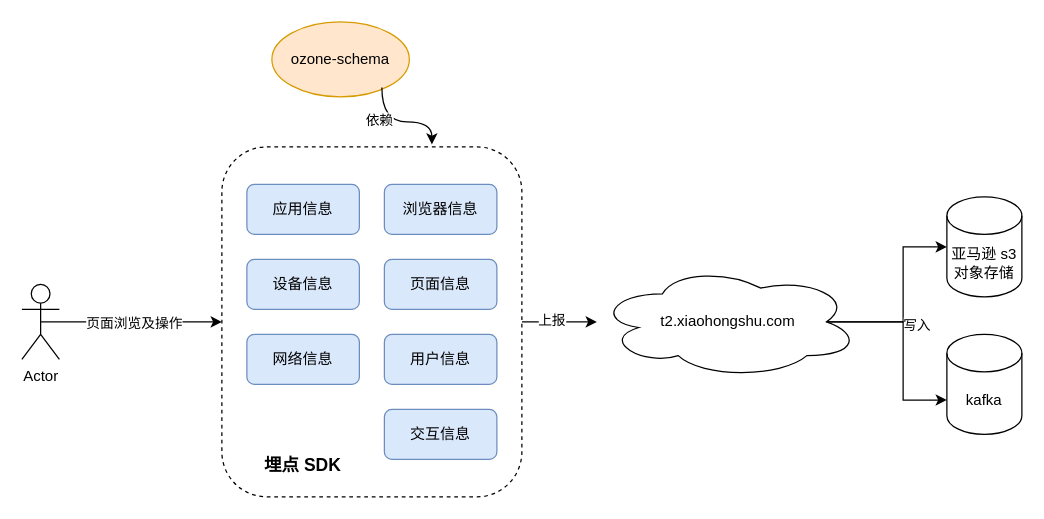
This is 业务埋点 sdk.drawio from itellboy/itellboy, a draw.io file, before an edit. Source tidied: cells renumbered, new cells numbered last; positions are measured from the earlier drawing's top-left corner, leaving out a move shared by most shapes. Both pictures are drawn from the tidied source at 125%, with x=0, y=0 at pixel (21, 21).
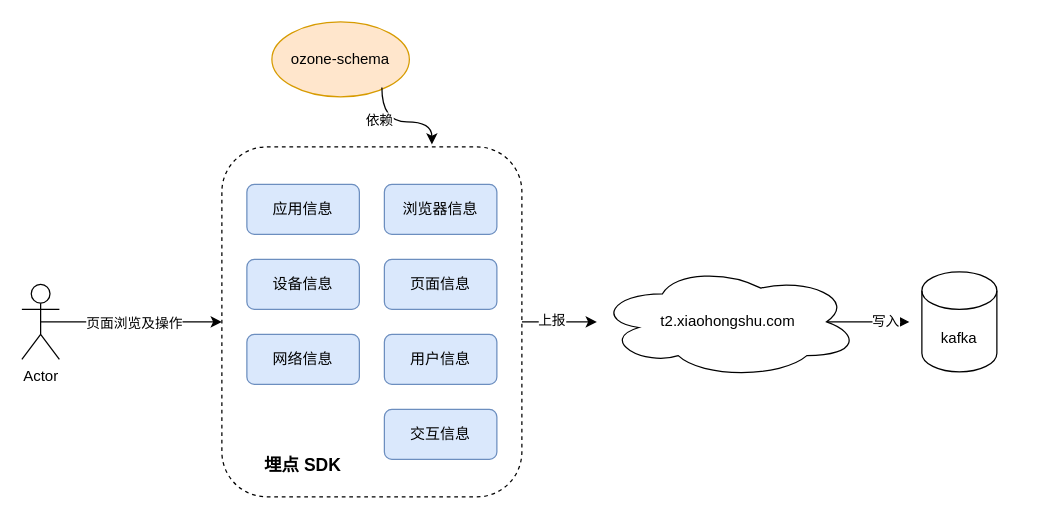
The same page after the edit.

Commit message:
更新业务埋点 sdk.drawio

Unchanged cells that the change refers to:
```xml
<mxCell id="11" value="t2.xiaohongshu.com" style="ellipse;shape=cloud;whiteSpace=wrap;html=1;" parent="1" vertex="1">
  <mxGeometry x="460" y="195" width="210" height="90" as="geometry" />
</mxCell>
```

Diff of the diagram source:
```diff
@@
-    <mxCell id="9" style="edgeStyle=orthogonalEdgeStyle;rounded=0;jettySize=auto;html=1;exitX=0.875;exitY=0.5;exitDx=0;exitDy=0;exitPerimeter=0;" parent="1" edge="1" source="11" target="12">
-      <mxGeometry relative="1" as="geometry" />
-    </mxCell>
+    <mxCell id="25" style="edgeStyle=orthogonalEdgeStyle;rounded=0;jettySize=auto;html=1;exitX=0.875;exitY=0.5;exitDx=0;exitDy=0;exitPerimeter=0;" parent="1" edge="1" source="11">
+      <mxGeometry relative="1" as="geometry">
+        <mxPoint x="710" y="240" as="targetPoint" />
+      </mxGeometry>
+    </mxCell>
-    <mxCell id="10" value="写入" style="edgeLabel;html=1;align=center;verticalAlign=middle;" parent="9" vertex="1">
-      <mxGeometry x="-0.2" y="4" relative="1" as="geometry">
-        <mxPoint x="14" y="4" as="offset" />
+    <mxCell id="10" value="写入" style="edgeLabel;html=1;align=center;verticalAlign=middle;" parent="25" vertex="1">
+      <mxGeometry x="0.47" y="1" relative="1" as="geometry">
+        <mxPoint x="-2" as="offset" />
       </mxGeometry>
     </mxCell>
@@
-    <mxCell id="12" value="亚马逊 s3对象存储" style="shape=cylinder3;whiteSpace=wrap;html=1;boundedLbl=1;backgroundOutline=1;size=15;" parent="1" vertex="1">
-      <mxGeometry x="740" y="140" width="60" height="80" as="geometry" />
-    </mxCell>
@@
     <mxCell id="23" value="kafka" style="shape=cylinder3;whiteSpace=wrap;html=1;boundedLbl=1;backgroundOutline=1;size=15;" parent="1" vertex="1">
-      <mxGeometry x="740" y="250" width="60" height="80" as="geometry" />
+      <mxGeometry x="720" y="200" width="60" height="80" as="geometry" />
     </mxCell>
-    <mxCell id="24" style="edgeStyle=orthogonalEdgeStyle;rounded=0;jettySize=auto;html=1;exitX=0.875;exitY=0.5;exitDx=0;exitDy=0;exitPerimeter=0;entryX=0;entryY=0;entryDx=0;entryDy=52.5;entryPerimeter=0;" parent="1" edge="1" source="11" target="23">
-      <mxGeometry relative="1" as="geometry" />
-    </mxCell>
```
